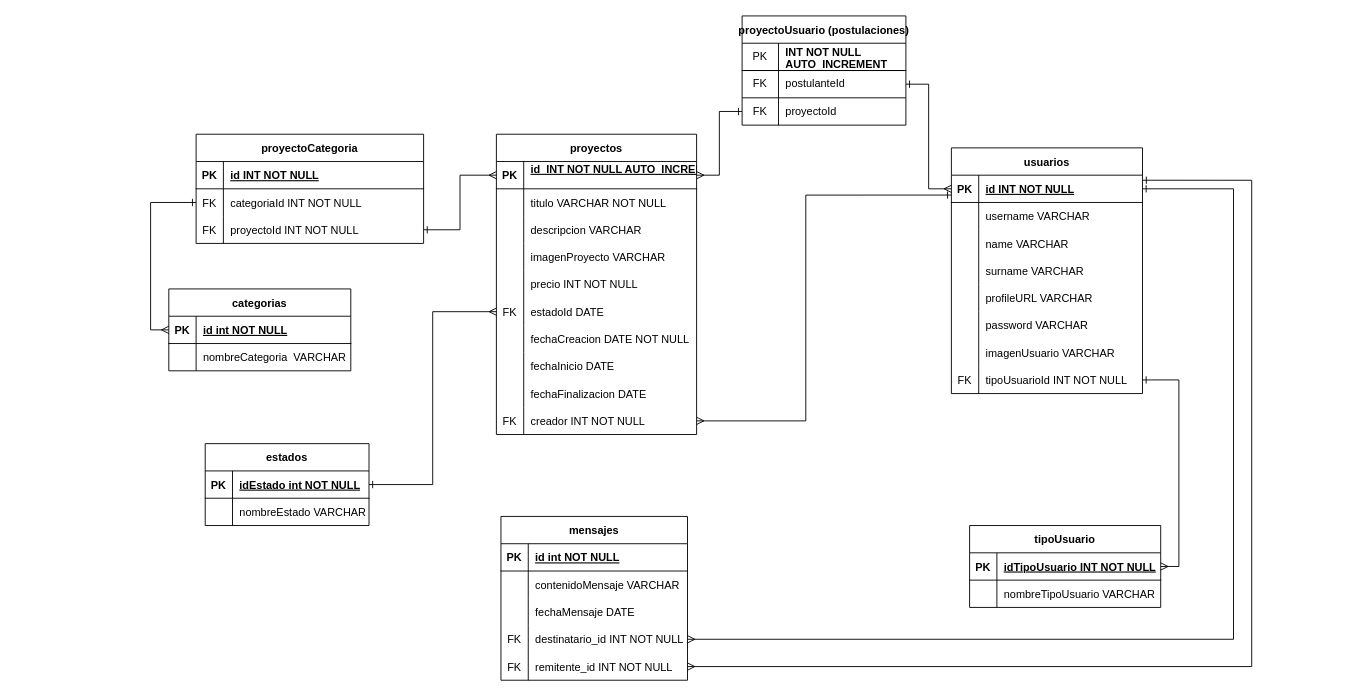
The draw.io diagram docs/Diagrama_ER.drawio in 0122CDFSNCN06LAED/grupo-05, before the edit. Source tidied: cells renumbered, new cells numbered last; positions are measured from the earlier drawing's top-left corner, leaving out a move shared by most shapes. Both pictures are drawn from the tidied source at 91%, with x=0, y=0 at pixel (168, 15).
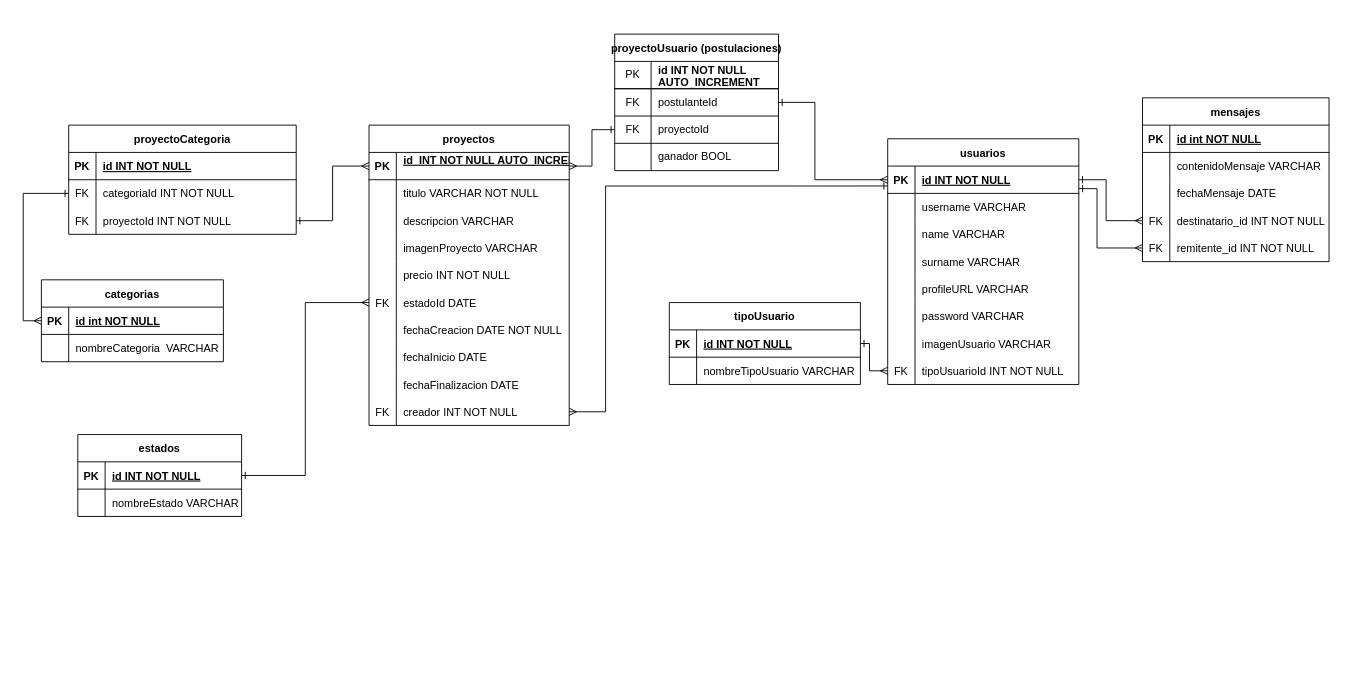
After the change.

Commit message:
Actualizo diagrama ER

The change refers to these unchanged cells:
```xml
<mxCell id="3" style="shape=tableRow;horizontal=0;startSize=0;swimlaneHead=0;swimlaneBody=0;fillColor=none;points=[[0,0.5],[1,0.5]];portConstraint=eastwest;top=0;left=0;right=0;bottom=1;" parent="2" vertex="1">
  <mxGeometry y="30" width="210" height="30" as="geometry" />
</mxCell>
<mxCell id="24" style="shape=tableRow;horizontal=0;startSize=0;swimlaneHead=0;swimlaneBody=0;fillColor=none;points=[[0,0.5],[1,0.5]];portConstraint=eastwest;top=0;left=0;right=0;bottom=0;" parent="2" vertex="1">
  <mxGeometry y="240" width="210" height="30" as="geometry" />
</mxCell>
<mxCell id="28" style="shape=tableRow;horizontal=0;startSize=0;swimlaneHead=0;swimlaneBody=0;fillColor=none;points=[[0,0.5],[1,0.5]];portConstraint=eastwest;top=0;left=0;right=0;bottom=1;" parent="27" vertex="1">
  <mxGeometry y="30" width="210" height="30" as="geometry" />
</mxCell>
<mxCell id="62" style="shape=tableRow;horizontal=0;startSize=0;swimlaneHead=0;swimlaneBody=0;fillColor=none;points=[[0,0.5],[1,0.5]];portConstraint=eastwest;top=0;left=0;right=0;bottom=0;" parent="34" vertex="1">
  <mxGeometry y="300" width="220" height="30" as="geometry" />
</mxCell>
<mxCell id="76" style="shape=tableRow;horizontal=0;startSize=0;swimlaneHead=0;swimlaneBody=0;fillColor=none;points=[[0,0.5],[1,0.5]];portConstraint=eastwest;top=0;left=0;right=0;bottom=1;" parent="75" vertex="1">
  <mxGeometry y="30" width="180" height="30" as="geometry" />
</mxCell>
<mxCell id="99" style="shape=tableRow;horizontal=0;startSize=0;swimlaneHead=0;swimlaneBody=0;fillColor=none;points=[[0,0.5],[1,0.5]];portConstraint=eastwest;top=0;left=0;right=0;bottom=0;" parent="89" vertex="1">
  <mxGeometry y="120" width="205" height="30" as="geometry" />
</mxCell>
<mxCell id="102" style="shape=tableRow;horizontal=0;startSize=0;swimlaneHead=0;swimlaneBody=0;fillColor=none;points=[[0,0.5],[1,0.5]];portConstraint=eastwest;top=0;left=0;right=0;bottom=0;" parent="89" vertex="1">
  <mxGeometry y="150" width="205" height="30" as="geometry" />
</mxCell>
<mxCell id="109" style="shape=partialRectangle;html=1;whiteSpace=wrap;fillColor=none;top=0;left=0;bottom=1;right=0;" parent="108" vertex="1">
  <mxGeometry y="30" width="180" height="30" as="geometry" />
</mxCell>
<mxCell id="112" style="shape=partialRectangle;html=1;whiteSpace=wrap;fillColor=none;top=0;left=0;bottom=0;right=0;points=[[0,0.5],[1,0.5]];portConstraint=eastwest;" parent="108" vertex="1">
  <mxGeometry y="60" width="180" height="30" as="geometry" />
</mxCell>
```

Change to the diagram source:
```diff
@@
     <mxCell id="2" value="usuarios" style="shape=table;startSize=30;childLayout=tableLayout;rowLines=0;fontStyle=1;align=center;" parent="1" vertex="1">
-      <mxGeometry x="860" y="145" width="210" height="270" as="geometry" />
+      <mxGeometry x="790" y="135" width="210" height="270" as="geometry" />
     </mxCell>
@@
     <mxCell id="27" value="tipoUsuario" style="shape=table;startSize=30;childLayout=tableLayout;rowLines=0;fontStyle=1;align=center;" parent="1" vertex="1">
-      <mxGeometry x="880" y="560" width="210" height="90" as="geometry" />
+      <mxGeometry x="550" y="315" width="210" height="90" as="geometry" />
     </mxCell>
@@
-    <mxCell id="30" value="idTipoUsuario INT NOT NULL" style="shape=partialRectangle;fillColor=none;top=0;left=0;bottom=0;right=0;align=left;spacingLeft=6;fontStyle=5;overflow=hidden;" parent="28" vertex="1">
+    <mxCell id="30" value="id INT NOT NULL" style="shape=partialRectangle;fillColor=none;top=0;left=0;bottom=0;right=0;align=left;spacingLeft=6;fontStyle=5;overflow=hidden;" parent="28" vertex="1">
       <mxGeometry x="30" width="180" height="30" as="geometry" />
     </mxCell>
@@
     <mxCell id="34" value="proyectos" style="shape=table;startSize=30;childLayout=tableLayout;rowLines=0;fontStyle=1;align=center;" parent="1" vertex="1">
-      <mxGeometry x="360" y="130" width="220" height="330" as="geometry" />
+      <mxGeometry x="220" y="120" width="220" height="330" as="geometry" />
     </mxCell>
@@
     <mxCell id="65" value="proyectoCategoria" style="shape=table;startSize=30;childLayout=tableLayout;rowLines=0;fontStyle=1;align=center;" parent="1" vertex="1">
-      <mxGeometry x="30" y="130" width="250" height="120" as="geometry" />
+      <mxGeometry x="-110" y="120" width="250" height="120" as="geometry" />
     </mxCell>
@@
     <mxCell id="75" value="estados" style="shape=table;startSize=30;childLayout=tableLayout;rowLines=0;fontStyle=1;align=center;" parent="1" vertex="1">
-      <mxGeometry x="40" y="470" width="180" height="90" as="geometry" />
+      <mxGeometry x="-100" y="460" width="180" height="90" as="geometry" />
     </mxCell>
@@
-    <mxCell id="78" value="idEstado int NOT NULL" style="shape=partialRectangle;fillColor=none;top=0;left=0;bottom=0;right=0;align=left;spacingLeft=6;fontStyle=5;overflow=hidden;" parent="76" vertex="1">
+    <mxCell id="78" value="id INT NOT NULL" style="shape=partialRectangle;fillColor=none;top=0;left=0;bottom=0;right=0;align=left;spacingLeft=6;fontStyle=5;overflow=hidden;" parent="76" vertex="1">
       <mxGeometry x="30" width="150" height="30" as="geometry" />
     </mxCell>
@@
     <mxCell id="82" value="categorias" style="shape=table;startSize=30;childLayout=tableLayout;rowLines=0;fontStyle=1;align=center;" parent="1" vertex="1">
-      <mxGeometry y="300" width="200" height="90" as="geometry" />
+      <mxGeometry x="-140" y="290" width="200" height="90" as="geometry" />
     </mxCell>
@@
     <mxCell id="89" value="mensajes" style="shape=table;startSize=30;childLayout=tableLayout;rowLines=0;fontStyle=1;align=center;" parent="1" vertex="1">
-      <mxGeometry x="365" y="550" width="205" height="180" as="geometry" />
+      <mxGeometry x="1070" y="90" width="205" height="180" as="geometry" />
     </mxCell>
@@
-    <mxCell id="105" style="edgeStyle=orthogonalEdgeStyle;rounded=0;jettySize=auto;html=1;entryX=1;entryY=0.5;entryDx=0;entryDy=0;startArrow=ERone;startFill=0;endArrow=ERmany;endFill=0;" parent="1" edge="1" source="24" target="28">
-      <mxGeometry relative="1" as="geometry" />
+    <mxCell id="105" style="edgeStyle=orthogonalEdgeStyle;rounded=0;jettySize=auto;html=1;entryX=1;entryY=0.5;entryDx=0;entryDy=0;startArrow=ERmany;startFill=0;endArrow=ERone;endFill=0;exitX=0;exitY=0.5;exitDx=0;exitDy=0;" parent="1" edge="1" source="24" target="28">
+      <mxGeometry relative="1" as="geometry">
+        <Array as="points">
+          <mxPoint x="770" y="390" />
+          <mxPoint x="770" y="360" />
+        </Array>
+      </mxGeometry>
     </mxCell>
@@
     <mxCell id="108" value="proyectoUsuario (postulaciones)" style="shape=table;startSize=30;childLayout=tableLayout;rowLines=1;fontStyle=1;align=center;" parent="1" vertex="1">
-      <mxGeometry x="630" width="180" height="120" as="geometry" />
+      <mxGeometry x="490" y="20" width="180" height="150" as="geometry" />
     </mxCell>
@@
-    <mxCell id="111" value="&lt;span style=&quot;font-weight: 700&quot;&gt;INT NOT NULL AUTO_INCREMENT&lt;/span&gt;" style="shape=partialRectangle;html=1;whiteSpace=wrap;fillColor=none;top=0;left=0;bottom=0;right=0;align=left;spacingLeft=6;overflow=hidden;" parent="109" vertex="1">
+    <mxCell id="111" value="&lt;span style=&quot;font-weight: 700&quot;&gt;id INT NOT NULL AUTO_INCREMENT&lt;/span&gt;" style="shape=partialRectangle;html=1;whiteSpace=wrap;fillColor=none;top=0;left=0;bottom=0;right=0;align=left;spacingLeft=6;overflow=hidden;" parent="109" vertex="1">
       <mxGeometry x="40" width="140" height="30" as="geometry" />
     </mxCell>
@@
+    <mxCell id="124" style="shape=partialRectangle;html=1;whiteSpace=wrap;fillColor=none;top=0;left=0;bottom=0;right=0;" parent="108" vertex="1">
+      <mxGeometry y="120" width="180" height="30" as="geometry" />
+    </mxCell>
+    <mxCell id="125" style="shape=partialRectangle;html=1;whiteSpace=wrap;fillColor=none;top=0;left=0;bottom=0;right=0;overflow=hidden;" parent="124" vertex="1">
+      <mxGeometry width="40" height="30" as="geometry" />
+    </mxCell>
+    <mxCell id="126" value="ganador BOOL" style="shape=partialRectangle;html=1;whiteSpace=wrap;fillColor=none;top=0;left=0;bottom=0;right=0;align=left;spacingLeft=6;overflow=hidden;" parent="124" vertex="1">
+      <mxGeometry x="40" width="140" height="30" as="geometry" />
+    </mxCell>
-    <mxCell id="118" style="edgeStyle=orthogonalEdgeStyle;html=1;entryX=0;entryY=0.5;entryDx=0;entryDy=0;rounded=0;endArrow=ERmany;endFill=0;startArrow=ERone;startFill=0;" parent="1" edge="1" source="112" target="3">
-      <mxGeometry relative="1" as="geometry" />
+    <mxCell id="118" style="edgeStyle=orthogonalEdgeStyle;html=1;entryX=0;entryY=0.5;entryDx=0;entryDy=0;rounded=0;endArrow=ERmany;endFill=0;startArrow=ERone;startFill=0;exitX=1;exitY=0.5;exitDx=0;exitDy=0;" parent="1" edge="1" source="112" target="3">
+      <mxGeometry relative="1" as="geometry">
+        <Array as="points">
+          <mxPoint x="710" y="95" />
+          <mxPoint x="710" y="180" />
+        </Array>
+      </mxGeometry>
     </mxCell>
@@
     <mxCell id="121" style="edgeStyle=orthogonalEdgeStyle;rounded=0;html=1;entryX=-0.001;entryY=0.729;entryDx=0;entryDy=0;entryPerimeter=0;startArrow=ERmany;startFill=0;endArrow=ERone;endFill=0;" parent="1" edge="1" source="62" target="3">
       <mxGeometry relative="1" as="geometry">
         <Array as="points">
-          <mxPoint x="700" y="445" />
-          <mxPoint x="700" y="197" />
+          <mxPoint x="480" y="435" />
+          <mxPoint x="480" y="187" />
         </Array>
       </mxGeometry>
     </mxCell>
-    <mxCell id="122" style="edgeStyle=orthogonalEdgeStyle;rounded=0;html=1;startArrow=ERmany;startFill=0;endArrow=ERone;endFill=0;entryX=1.001;entryY=0.185;entryDx=0;entryDy=0;entryPerimeter=0;" parent="1" edge="1" source="102" target="3">
+    <mxCell id="122" style="edgeStyle=orthogonalEdgeStyle;rounded=0;html=1;startArrow=ERmany;startFill=0;endArrow=ERone;endFill=0;entryX=1.001;entryY=0.826;entryDx=0;entryDy=0;entryPerimeter=0;" parent="1" edge="1" source="102" target="3">
       <mxGeometry relative="1" as="geometry">
         <Array as="points">
-          <mxPoint x="1190" y="715" />
-          <mxPoint x="1190" y="181" />
-          <mxPoint x="1070" y="181" />
+          <mxPoint x="1020" y="255" />
+          <mxPoint x="1020" y="190" />
         </Array>
       </mxGeometry>
     </mxCell>
-    <mxCell id="123" style="edgeStyle=orthogonalEdgeStyle;rounded=0;html=1;startArrow=ERmany;startFill=0;endArrow=ERone;endFill=0;entryX=1;entryY=0.5;entryDx=0;entryDy=0;" parent="1" edge="1" source="99" target="3">
+    <mxCell id="123" style="edgeStyle=orthogonalEdgeStyle;rounded=0;html=1;startArrow=ERmany;startFill=0;endArrow=ERone;endFill=0;entryX=1;entryY=0.5;entryDx=0;entryDy=0;exitX=0;exitY=0.5;exitDx=0;exitDy=0;" parent="1" edge="1" source="99" target="3">
       <mxGeometry relative="1" as="geometry">
         <Array as="points">
-          <mxPoint x="1170" y="685" />
-          <mxPoint x="1170" y="190" />
+          <mxPoint x="1030" y="225" />
+          <mxPoint x="1030" y="180" />
         </Array>
       </mxGeometry>
     </mxCell>
```
